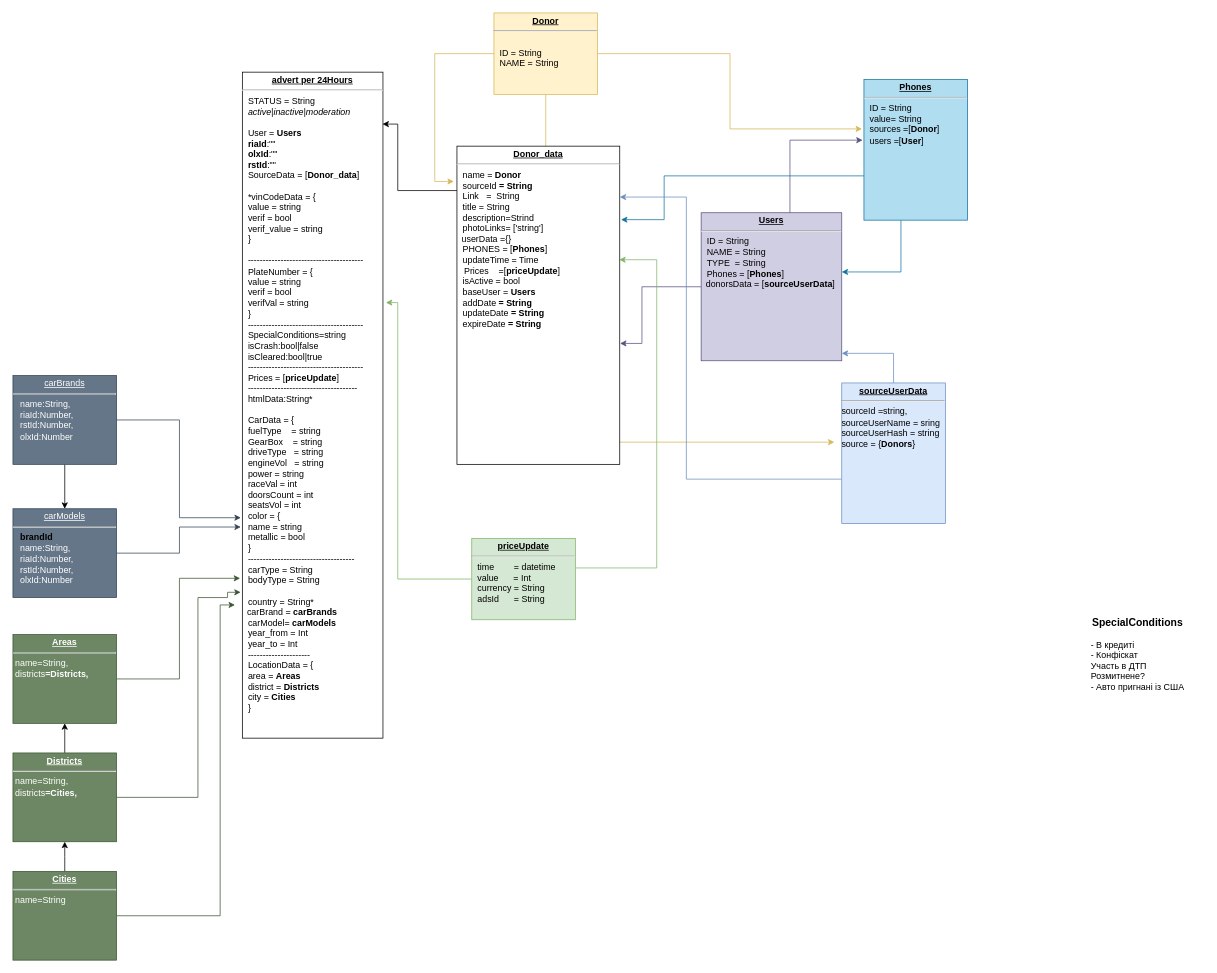
Earlier version of the draw.io diagram .drawio (Dromich/car_dog_diagram). Source tidied: cells renumbered, new cells numbered last; positions are measured from the earlier drawing's top-left corner, leaving out a move shared by most shapes. Both pictures are drawn from the tidied source at 74%, with x=0, y=0 at pixel (13, 13).
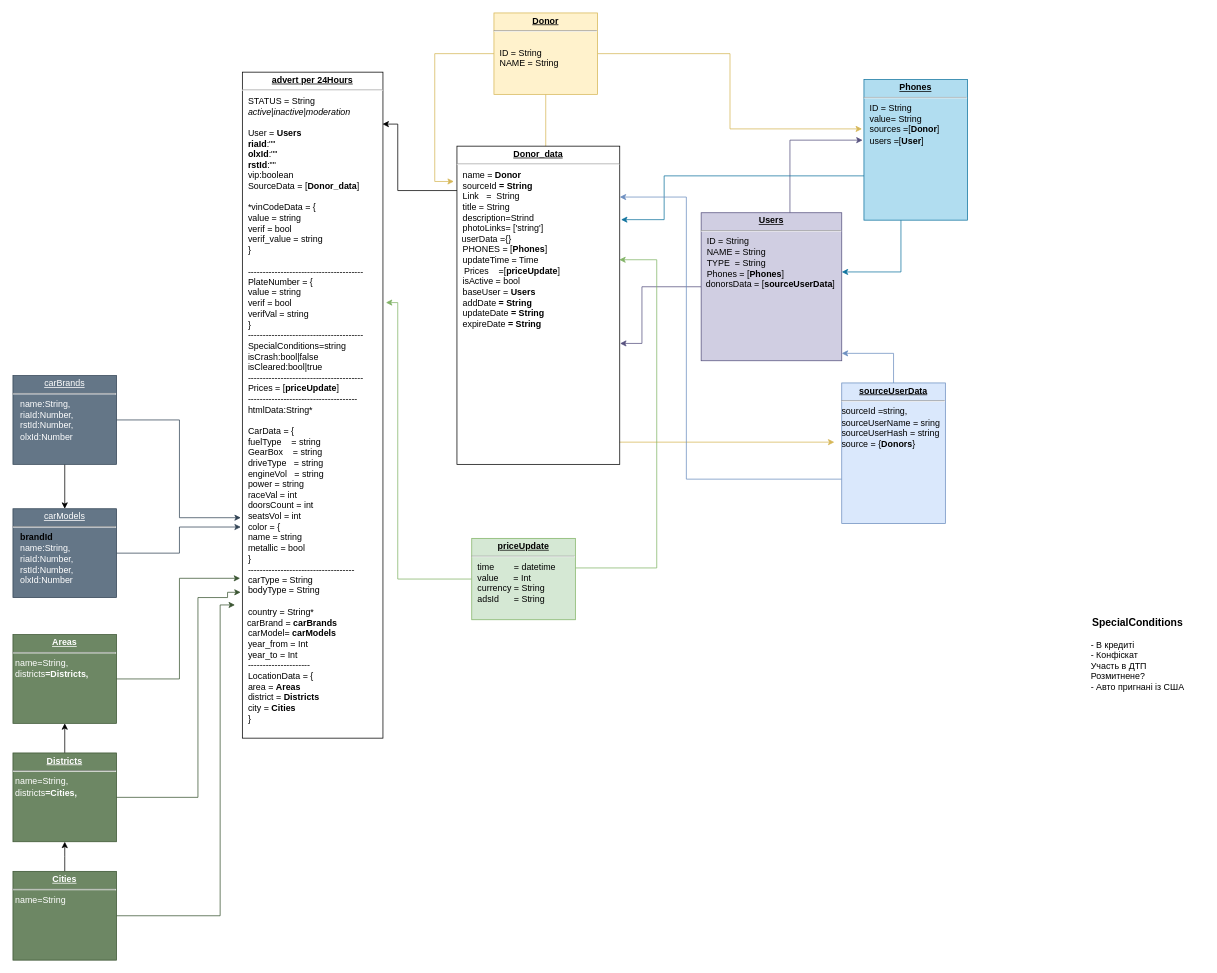
The same page after the edit.

Diff of the diagram source:
```diff
@@
-    <mxCell id="2" value="&lt;p style=&quot;margin: 0px ; margin-top: 4px ; text-align: center ; text-decoration: underline&quot;&gt;&lt;b&gt;advert per 24Hours&lt;/b&gt;&lt;br&gt;&lt;/p&gt;&lt;hr&gt;&lt;p style=&quot;margin: 0px ; margin-left: 8px&quot;&gt;STATUS = String &lt;br&gt;&lt;/p&gt;&lt;p style=&quot;margin: 0px ; margin-left: 8px&quot;&gt;&lt;i&gt;active|inactive|moderation&lt;/i&gt;&lt;br&gt;&lt;/p&gt;&lt;p style=&quot;margin: 0px ; margin-left: 8px&quot;&gt;&lt;br&gt;&lt;/p&gt;&lt;p style=&quot;margin: 0px ; margin-left: 8px&quot;&gt;User = &lt;b&gt;Users&lt;/b&gt;&lt;/p&gt;&lt;p style=&quot;margin: 0px ; margin-left: 8px&quot;&gt;&lt;b&gt;riaId&lt;/b&gt;:&quot;&quot;&lt;/p&gt;&lt;p style=&quot;margin: 0px ; margin-left: 8px&quot;&gt;&lt;b&gt;olxId&lt;/b&gt;:&quot;&quot;&lt;/p&gt;&lt;p style=&quot;margin: 0px ; margin-left: 8px&quot;&gt;&lt;b&gt;rstId&lt;/b&gt;:&quot;&quot;&lt;br&gt;&lt;/p&gt;&lt;p style=&quot;margin: 0px ; margin-left: 8px&quot;&gt;SourceData = [&lt;b&gt;Donor_data&lt;/b&gt;]&lt;br&gt;&lt;/p&gt;&lt;p style=&quot;margin: 0px ; margin-left: 8px&quot;&gt;&lt;br&gt;&lt;/p&gt;&lt;p style=&quot;margin: 0px ; margin-left: 8px&quot;&gt;*vinCodeData = {&lt;/p&gt;&lt;p style=&quot;margin: 0px ; margin-left: 8px&quot;&gt;&lt;span&gt; &lt;span&gt; &lt;/span&gt;value = string&lt;br&gt;&lt;span&gt; &lt;/span&gt;&lt;span&gt; &lt;/span&gt;verif   = bool&lt;/span&gt;&lt;/p&gt;&lt;p style=&quot;margin: 0px ; margin-left: 8px&quot;&gt;&lt;span&gt;&lt;span&gt; &lt;/span&gt;verif_value = string&lt;br&gt;&lt;/span&gt;&lt;/p&gt;&lt;p style=&quot;margin: 0px ; margin-left: 8px&quot;&gt;&lt;span&gt;&lt;span&gt; &lt;/span&gt;&lt;span&gt; &lt;/span&gt;}&lt;/span&gt;&lt;/p&gt;&lt;p style=&quot;margin: 0px ; margin-left: 8px&quot;&gt;&lt;br&gt;&lt;/p&gt;&lt;p style=&quot;margin: 0px ; margin-left: 8px&quot;&gt;&lt;span&gt;---------------------------------------&lt;br&gt;&lt;/span&gt;&lt;/p&gt;&lt;p style=&quot;margin: 0px ; margin-left: 8px&quot;&gt;PlateNumber = {&lt;/p&gt;&lt;p style=&quot;margin: 0px ; margin-left: 8px&quot;&gt;&lt;span&gt; &lt;/span&gt;value = string&lt;br&gt;&lt;span&gt; &lt;/span&gt;verif = bool&lt;br&gt;&lt;span&gt; &lt;/span&gt;verifVal = string&lt;br&gt;&lt;/p&gt;&lt;p style=&quot;margin: 0px ; margin-left: 8px&quot;&gt;&lt;span&gt; &lt;/span&gt;}&lt;/p&gt;&lt;p style=&quot;margin: 0px ; margin-left: 8px&quot;&gt;---------------------------------------&lt;br&gt;&lt;/p&gt;&lt;p style=&quot;margin: 0px 0px 0px 8px&quot;&gt;SpecialСonditions=string&lt;/p&gt;&lt;p style=&quot;margin: 0px 0px 0px 8px&quot;&gt;isCrash:bool|false&lt;/p&gt;&lt;p style=&quot;margin: 0px 0px 0px 8px&quot;&gt;isCleared:bool|true&lt;br&gt;&lt;/p&gt;&lt;p style=&quot;margin: 0px ; margin-left: 8px&quot;&gt;---------------------------------------&lt;br&gt;&lt;/p&gt;&lt;p style=&quot;margin: 0px ; margin-left: 8px&quot;&gt;Prices = [&lt;b&gt;priceUpdate&lt;/b&gt;]&lt;br&gt;&lt;/p&gt;&lt;p style=&quot;margin: 0px ; margin-left: 8px&quot;&gt;-------------------------------------&lt;/p&gt;&lt;p style=&quot;margin: 0px ; margin-left: 8px&quot;&gt;htmlData:String*&lt;/p&gt;&lt;p style=&quot;margin: 0px ; margin-left: 8px&quot;&gt;&lt;br&gt;&lt;/p&gt;&lt;p style=&quot;margin: 0px ; margin-left: 8px&quot;&gt;CarData = {&lt;/p&gt;&lt;p style=&quot;margin: 0px ; margin-left: 8px&quot;&gt;&lt;span&gt; &lt;/span&gt;fuelType&amp;nbsp;&amp;nbsp;&amp;nbsp; = string&lt;/p&gt;&lt;p style=&quot;margin: 0px ; margin-left: 8px&quot;&gt;GearBox&amp;nbsp;&amp;nbsp;&amp;nbsp; = string&lt;/p&gt;&lt;p style=&quot;margin: 0px ; margin-left: 8px&quot;&gt;driveType&amp;nbsp;&amp;nbsp; = string&lt;/p&gt;&lt;p style=&quot;margin: 0px ; margin-left: 8px&quot;&gt;engineVol&amp;nbsp;&amp;nbsp; = string&lt;/p&gt;&lt;p style=&quot;margin: 0px ; margin-left: 8px&quot;&gt;power = string&lt;br&gt;&lt;/p&gt;&lt;p style=&quot;margin: 0px ; margin-left: 8px&quot;&gt;raceVal = int&lt;/p&gt;&lt;p style=&quot;margin: 0px ; margin-left: 8px&quot;&gt;doorsCount = int&lt;/p&gt;&lt;p style=&quot;margin: 0px ; margin-left: 8px&quot;&gt;seatsVol = int&lt;/p&gt;&lt;p style=&quot;margin: 0px ; margin-left: 8px&quot;&gt;color = {&lt;/p&gt;&lt;p style=&quot;margin: 0px ; margin-left: 8px&quot;&gt;name = string&lt;/p&gt;&lt;p style=&quot;margin: 0px ; margin-left: 8px&quot;&gt;metallic = bool&lt;br&gt;&lt;/p&gt;&lt;p style=&quot;margin: 0px ; margin-left: 8px&quot;&gt;}&lt;/p&gt;&lt;p style=&quot;margin: 0px ; margin-left: 8px&quot;&gt;------------------------------------&lt;/p&gt;&lt;p style=&quot;margin: 0px ; margin-left: 8px&quot;&gt;&lt;span style=&quot;background-color: rgb(255 , 255 , 255)&quot;&gt;carType = String&lt;/span&gt;&lt;/p&gt;&lt;p style=&quot;margin: 0px ; margin-left: 8px&quot;&gt;bodyType = String&lt;/p&gt;&lt;p style=&quot;margin: 0px ; margin-left: 8px&quot;&gt;&lt;br&gt;&lt;/p&gt;&lt;p style=&quot;margin: 0px ; margin-left: 8px&quot;&gt;country = String*&lt;/p&gt;&amp;nbsp; carBrand = &lt;b&gt;carBrands&lt;/b&gt;&lt;br&gt;&lt;p style=&quot;margin: 0px ; margin-left: 8px&quot;&gt;carModel= &lt;b&gt;carModels&lt;/b&gt;&lt;br&gt;&lt;/p&gt;&lt;p style=&quot;margin: 0px ; margin-left: 8px&quot;&gt;year_from = Int&lt;/p&gt;&lt;p style=&quot;margin: 0px ; margin-left: 8px&quot;&gt;year_to = Int&lt;/p&gt;&lt;p style=&quot;margin: 0px ; margin-left: 8px&quot;&gt;&lt;span&gt; &lt;/span&gt;---------------------&lt;/p&gt;&lt;p style=&quot;margin: 0px ; margin-left: 8px&quot;&gt;LocationData = {&lt;/p&gt;&lt;p style=&quot;margin: 0px ; margin-left: 8px&quot;&gt;area = &lt;b&gt;Areas&lt;/b&gt;&lt;br&gt;&lt;/p&gt;&lt;p style=&quot;margin: 0px ; margin-left: 8px&quot;&gt;district = &lt;b&gt;Districts&lt;/b&gt;&lt;br&gt;&lt;/p&gt;&lt;p style=&quot;margin: 0px ; margin-left: 8px&quot;&gt;city = &lt;b&gt;Cities&lt;/b&gt;&lt;br&gt;&lt;/p&gt;&lt;p style=&quot;margin: 0px ; margin-left: 8px&quot;&gt;}&lt;/p&gt;&lt;p style=&quot;margin: 0px ; margin-left: 8px&quot;&gt;&lt;br&gt;&lt;/p&gt;&lt;p style=&quot;margin: 0px ; margin-left: 8px&quot;&gt;&lt;br&gt;&lt;/p&gt;&lt;p style=&quot;margin: 0px ; margin-left: 8px&quot;&gt;&lt;br&gt;&lt;/p&gt;&lt;p style=&quot;margin: 0px ; margin-left: 8px&quot;&gt;&lt;br&gt;&lt;/p&gt;&lt;p style=&quot;margin: 0px ; margin-left: 8px&quot;&gt;&lt;br&gt;&lt;/p&gt;&lt;p style=&quot;margin: 0px ; margin-left: 8px&quot;&gt;&lt;br&gt;&lt;/p&gt;" style="verticalAlign=top;align=left;overflow=fill;fontSize=12;fontFamily=Helvetica;html=1;rounded=0;shadow=0;comic=0;labelBackgroundColor=none;strokeWidth=1;" parent="1" vertex="1">
+    <mxCell id="2" value="&lt;p style=&quot;margin: 0px ; margin-top: 4px ; text-align: center ; text-decoration: underline&quot;&gt;&lt;b&gt;advert per 24Hours&lt;/b&gt;&lt;br&gt;&lt;/p&gt;&lt;hr&gt;&lt;p style=&quot;margin: 0px ; margin-left: 8px&quot;&gt;STATUS = String &lt;br&gt;&lt;/p&gt;&lt;p style=&quot;margin: 0px ; margin-left: 8px&quot;&gt;&lt;i&gt;active|inactive|moderation&lt;/i&gt;&lt;br&gt;&lt;/p&gt;&lt;p style=&quot;margin: 0px ; margin-left: 8px&quot;&gt;&lt;br&gt;&lt;/p&gt;&lt;p style=&quot;margin: 0px ; margin-left: 8px&quot;&gt;User = &lt;b&gt;Users&lt;/b&gt;&lt;/p&gt;&lt;p style=&quot;margin: 0px ; margin-left: 8px&quot;&gt;&lt;b&gt;riaId&lt;/b&gt;:&quot;&quot;&lt;/p&gt;&lt;p style=&quot;margin: 0px ; margin-left: 8px&quot;&gt;&lt;b&gt;olxId&lt;/b&gt;:&quot;&quot;&lt;/p&gt;&lt;p style=&quot;margin: 0px ; margin-left: 8px&quot;&gt;&lt;b&gt;rstId&lt;/b&gt;:&quot;&quot;&lt;/p&gt;&lt;p style=&quot;margin: 0px ; margin-left: 8px&quot;&gt;vip:boolean&lt;br&gt;&lt;/p&gt;&lt;p style=&quot;margin: 0px ; margin-left: 8px&quot;&gt;SourceData = [&lt;b&gt;Donor_data&lt;/b&gt;]&lt;br&gt;&lt;/p&gt;&lt;p style=&quot;margin: 0px ; margin-left: 8px&quot;&gt;&lt;br&gt;&lt;/p&gt;&lt;p style=&quot;margin: 0px ; margin-left: 8px&quot;&gt;*vinCodeData = {&lt;/p&gt;&lt;p style=&quot;margin: 0px ; margin-left: 8px&quot;&gt;&lt;span&gt; &lt;span&gt; &lt;/span&gt;value = string&lt;br&gt;&lt;span&gt; &lt;/span&gt;&lt;span&gt; &lt;/span&gt;verif   = bool&lt;/span&gt;&lt;/p&gt;&lt;p style=&quot;margin: 0px ; margin-left: 8px&quot;&gt;&lt;span&gt;&lt;span&gt; &lt;/span&gt;verif_value = string&lt;br&gt;&lt;/span&gt;&lt;/p&gt;&lt;p style=&quot;margin: 0px ; margin-left: 8px&quot;&gt;&lt;span&gt;&lt;span&gt; &lt;/span&gt;&lt;span&gt; &lt;/span&gt;}&lt;/span&gt;&lt;/p&gt;&lt;p style=&quot;margin: 0px ; margin-left: 8px&quot;&gt;&lt;br&gt;&lt;/p&gt;&lt;p style=&quot;margin: 0px ; margin-left: 8px&quot;&gt;&lt;span&gt;---------------------------------------&lt;br&gt;&lt;/span&gt;&lt;/p&gt;&lt;p style=&quot;margin: 0px ; margin-left: 8px&quot;&gt;PlateNumber = {&lt;/p&gt;&lt;p style=&quot;margin: 0px ; margin-left: 8px&quot;&gt;&lt;span&gt; &lt;/span&gt;value = string&lt;br&gt;&lt;span&gt; &lt;/span&gt;verif = bool&lt;br&gt;&lt;span&gt; &lt;/span&gt;verifVal = string&lt;br&gt;&lt;/p&gt;&lt;p style=&quot;margin: 0px ; margin-left: 8px&quot;&gt;&lt;span&gt; &lt;/span&gt;}&lt;/p&gt;&lt;p style=&quot;margin: 0px ; margin-left: 8px&quot;&gt;---------------------------------------&lt;br&gt;&lt;/p&gt;&lt;p style=&quot;margin: 0px 0px 0px 8px&quot;&gt;SpecialСonditions=string&lt;/p&gt;&lt;p style=&quot;margin: 0px 0px 0px 8px&quot;&gt;isCrash:bool|false&lt;/p&gt;&lt;p style=&quot;margin: 0px 0px 0px 8px&quot;&gt;isCleared:bool|true&lt;br&gt;&lt;/p&gt;&lt;p style=&quot;margin: 0px ; margin-left: 8px&quot;&gt;---------------------------------------&lt;br&gt;&lt;/p&gt;&lt;p style=&quot;margin: 0px ; margin-left: 8px&quot;&gt;Prices = [&lt;b&gt;priceUpdate&lt;/b&gt;]&lt;br&gt;&lt;/p&gt;&lt;p style=&quot;margin: 0px ; margin-left: 8px&quot;&gt;-------------------------------------&lt;/p&gt;&lt;p style=&quot;margin: 0px ; margin-left: 8px&quot;&gt;htmlData:String*&lt;/p&gt;&lt;p style=&quot;margin: 0px ; margin-left: 8px&quot;&gt;&lt;br&gt;&lt;/p&gt;&lt;p style=&quot;margin: 0px ; margin-left: 8px&quot;&gt;CarData = {&lt;/p&gt;&lt;p style=&quot;margin: 0px ; margin-left: 8px&quot;&gt;&lt;span&gt; &lt;/span&gt;fuelType&amp;nbsp;&amp;nbsp;&amp;nbsp; = string&lt;/p&gt;&lt;p style=&quot;margin: 0px ; margin-left: 8px&quot;&gt;GearBox&amp;nbsp;&amp;nbsp;&amp;nbsp; = string&lt;/p&gt;&lt;p style=&quot;margin: 0px ; margin-left: 8px&quot;&gt;driveType&amp;nbsp;&amp;nbsp; = string&lt;/p&gt;&lt;p style=&quot;margin: 0px ; margin-left: 8px&quot;&gt;engineVol&amp;nbsp;&amp;nbsp; = string&lt;/p&gt;&lt;p style=&quot;margin: 0px ; margin-left: 8px&quot;&gt;power = string&lt;br&gt;&lt;/p&gt;&lt;p style=&quot;margin: 0px ; margin-left: 8px&quot;&gt;raceVal = int&lt;/p&gt;&lt;p style=&quot;margin: 0px ; margin-left: 8px&quot;&gt;doorsCount = int&lt;/p&gt;&lt;p style=&quot;margin: 0px ; margin-left: 8px&quot;&gt;seatsVol = int&lt;/p&gt;&lt;p style=&quot;margin: 0px ; margin-left: 8px&quot;&gt;color = {&lt;/p&gt;&lt;p style=&quot;margin: 0px ; margin-left: 8px&quot;&gt;name = string&lt;/p&gt;&lt;p style=&quot;margin: 0px ; margin-left: 8px&quot;&gt;metallic = bool&lt;br&gt;&lt;/p&gt;&lt;p style=&quot;margin: 0px ; margin-left: 8px&quot;&gt;}&lt;/p&gt;&lt;p style=&quot;margin: 0px ; margin-left: 8px&quot;&gt;------------------------------------&lt;/p&gt;&lt;p style=&quot;margin: 0px ; margin-left: 8px&quot;&gt;&lt;span style=&quot;background-color: rgb(255 , 255 , 255)&quot;&gt;carType = String&lt;/span&gt;&lt;/p&gt;&lt;p style=&quot;margin: 0px ; margin-left: 8px&quot;&gt;bodyType = String&lt;/p&gt;&lt;p style=&quot;margin: 0px ; margin-left: 8px&quot;&gt;&lt;br&gt;&lt;/p&gt;&lt;p style=&quot;margin: 0px ; margin-left: 8px&quot;&gt;country = String*&lt;/p&gt;&amp;nbsp; carBrand = &lt;b&gt;carBrands&lt;/b&gt;&lt;br&gt;&lt;p style=&quot;margin: 0px ; margin-left: 8px&quot;&gt;carModel= &lt;b&gt;carModels&lt;/b&gt;&lt;br&gt;&lt;/p&gt;&lt;p style=&quot;margin: 0px ; margin-left: 8px&quot;&gt;year_from = Int&lt;/p&gt;&lt;p style=&quot;margin: 0px ; margin-left: 8px&quot;&gt;year_to = Int&lt;/p&gt;&lt;p style=&quot;margin: 0px ; margin-left: 8px&quot;&gt;&lt;span&gt; &lt;/span&gt;---------------------&lt;/p&gt;&lt;p style=&quot;margin: 0px ; margin-left: 8px&quot;&gt;LocationData = {&lt;/p&gt;&lt;p style=&quot;margin: 0px ; margin-left: 8px&quot;&gt;area = &lt;b&gt;Areas&lt;/b&gt;&lt;br&gt;&lt;/p&gt;&lt;p style=&quot;margin: 0px ; margin-left: 8px&quot;&gt;district = &lt;b&gt;Districts&lt;/b&gt;&lt;br&gt;&lt;/p&gt;&lt;p style=&quot;margin: 0px ; margin-left: 8px&quot;&gt;city = &lt;b&gt;Cities&lt;/b&gt;&lt;br&gt;&lt;/p&gt;&lt;p style=&quot;margin: 0px ; margin-left: 8px&quot;&gt;}&lt;/p&gt;&lt;p style=&quot;margin: 0px ; margin-left: 8px&quot;&gt;&lt;br&gt;&lt;/p&gt;&lt;p style=&quot;margin: 0px ; margin-left: 8px&quot;&gt;&lt;br&gt;&lt;/p&gt;&lt;p style=&quot;margin: 0px ; margin-left: 8px&quot;&gt;&lt;br&gt;&lt;/p&gt;&lt;p style=&quot;margin: 0px ; margin-left: 8px&quot;&gt;&lt;br&gt;&lt;/p&gt;&lt;p style=&quot;margin: 0px ; margin-left: 8px&quot;&gt;&lt;br&gt;&lt;/p&gt;&lt;p style=&quot;margin: 0px ; margin-left: 8px&quot;&gt;&lt;br&gt;&lt;/p&gt;" style="verticalAlign=top;align=left;overflow=fill;fontSize=12;fontFamily=Helvetica;html=1;rounded=0;shadow=0;comic=0;labelBackgroundColor=none;strokeWidth=1;" parent="1" vertex="1">
       <mxGeometry x="310" y="80" width="190" height="900" as="geometry" />
     </mxCell>
```
